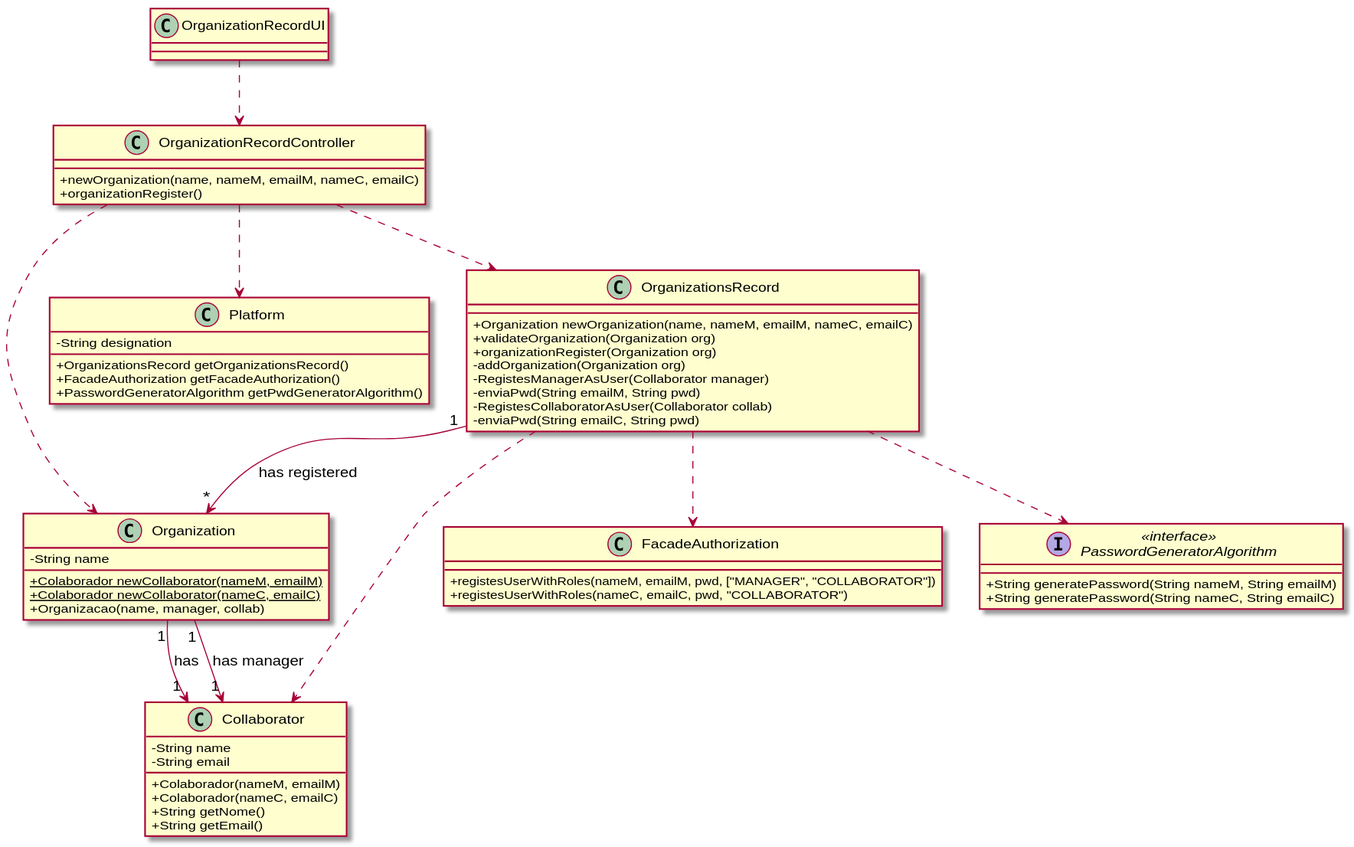
This is docs/UC7 - Add New Organization/UC7_CD.svg from pedrolemos4/LAPR2, a PlantUML export, as it was before one commit.
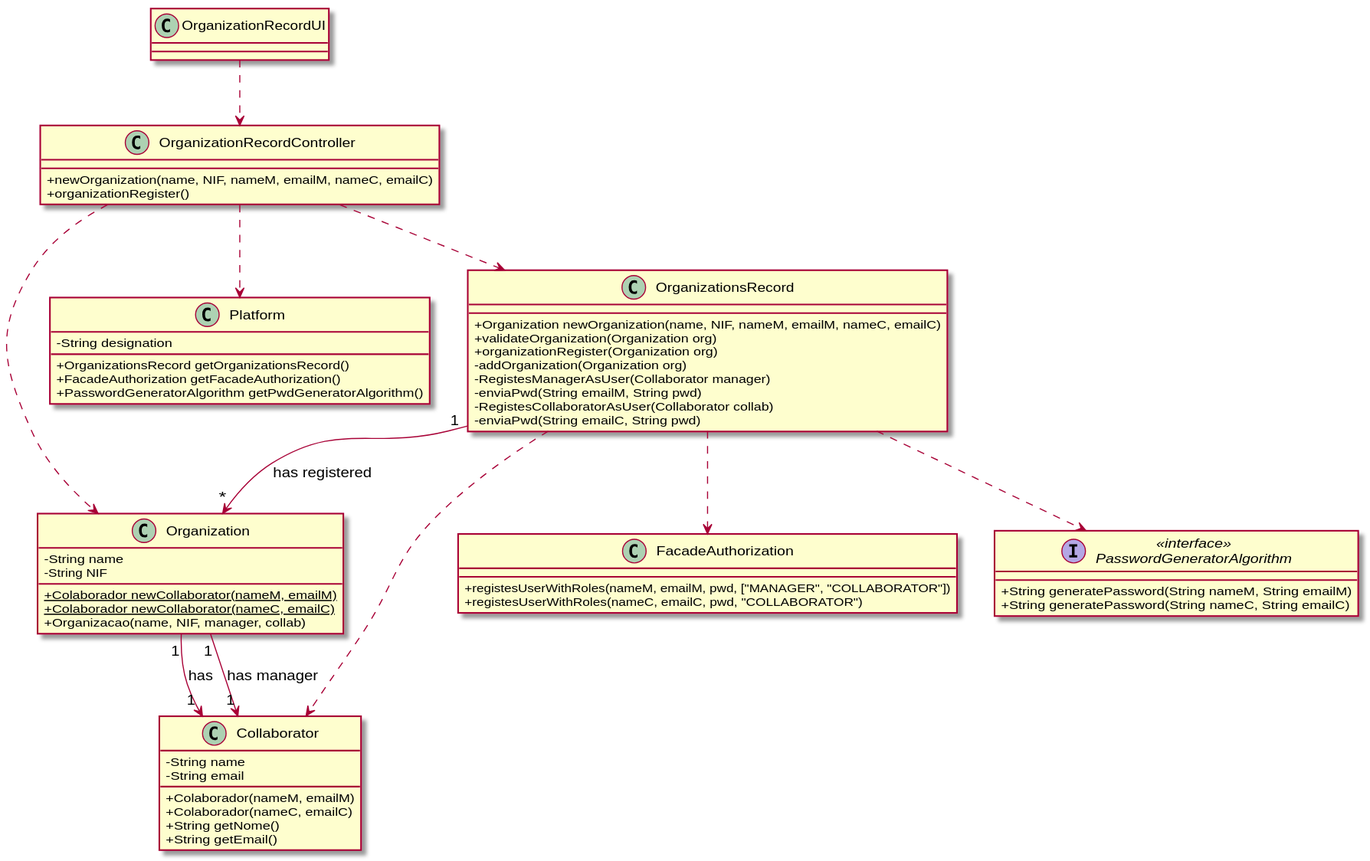
After the commit.

The edit, as a diff of the source:
```diff
@@ -12,9 +12,10 @@
 
 class Organization {
   -String name
+  -String NIF
   +{static} Colaborador newCollaborator(nameM, emailM)
   +{static} Colaborador newCollaborator(nameC, emailC)
-  +Organizacao(name, manager, collab)
+  +Organizacao(name, NIF, manager, collab)
 }
 
 class Platform {
@@ -25,7 +26,7 @@
 }
 
 class OrganizationsRecord {
-  +Organization newOrganization(name, nameM, emailM, nameC, emailC)
+  +Organization newOrganization(name, NIF, nameM, emailM, nameC, emailC)
   +validateOrganization(Organization org)
   +organizationRegister(Organization org)
   -addOrganization(Organization org)
@@ -46,7 +47,7 @@
 }
 
 class OrganizationRecordController {
-    +newOrganization(name, nameM, emailM, nameC, emailC)
+    +newOrganization(name, NIF, nameM, emailM, nameC, emailC)
     +organizationRegister()
 }
 
```
